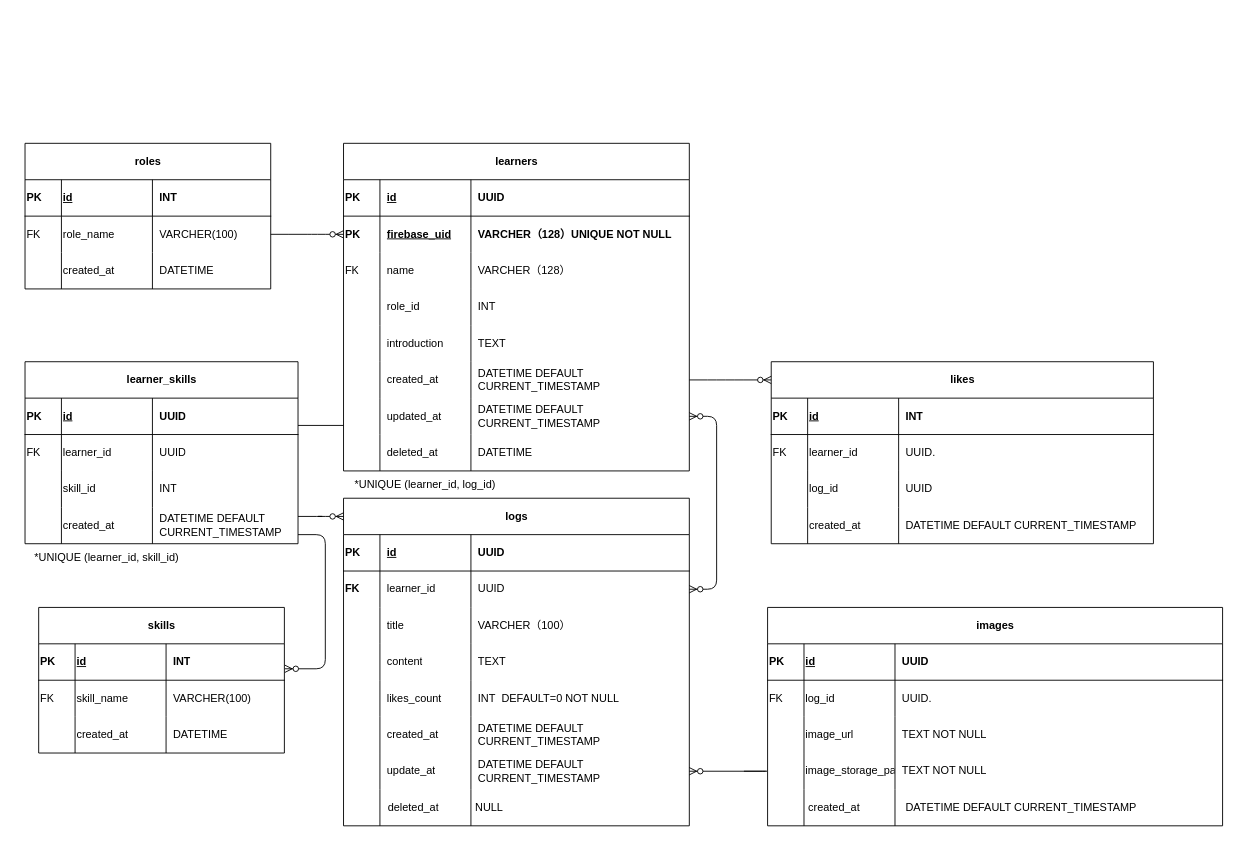
ERIKOABE-hub/Logddy keeps this draw.io diagram as docs/.drawio. Above is the earlier version. Source tidied: cells renumbered, new cells numbered last; positions are measured from the earlier drawing's top-left corner, leaving out a move shared by most shapes. Both pictures are drawn from the tidied source at 91%, with x=0, y=0 at pixel (15, 15).
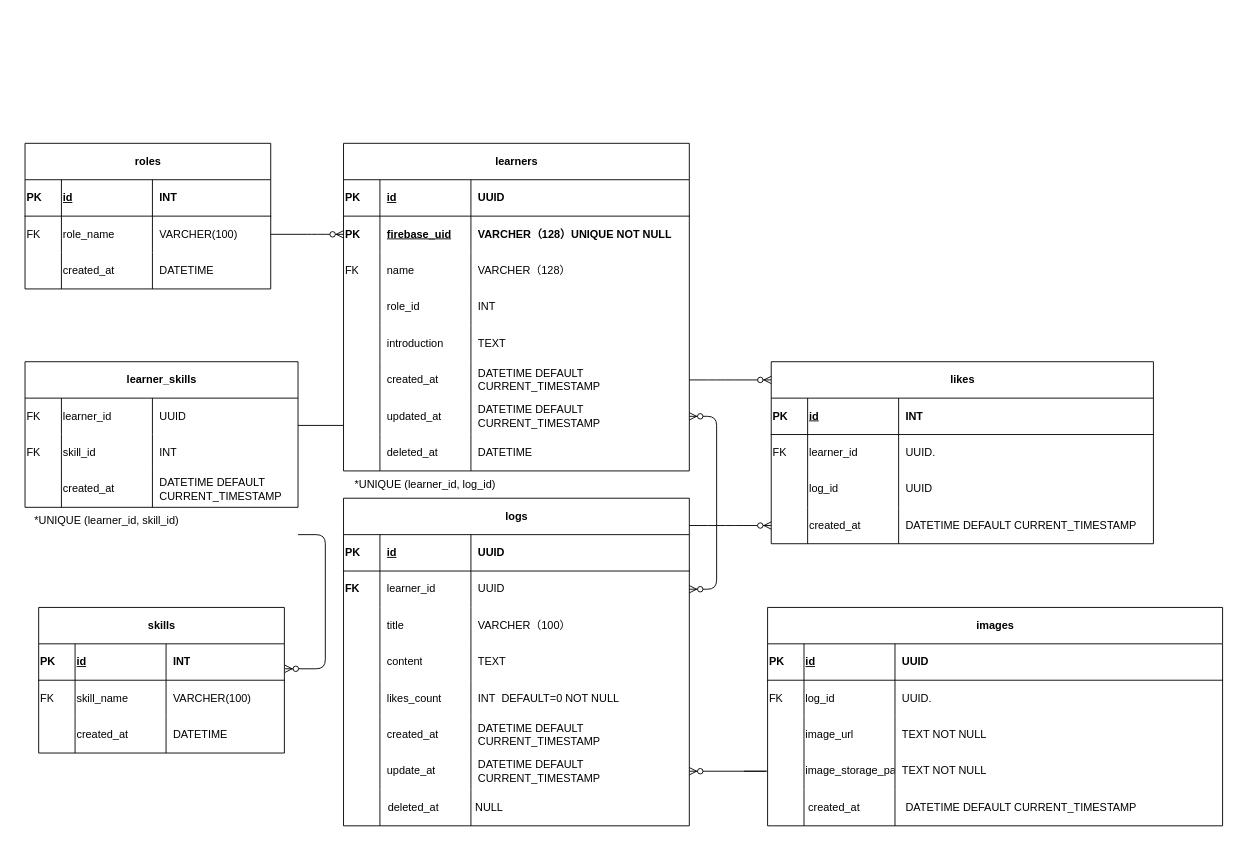
The same diagram, later.

Commit message:
fix: テーブル修正

The edit, as a diff of the source:
```diff
@@
-    <mxCell id="124" style="edgeStyle=entityRelationEdgeStyle;fontSize=12;html=1;endArrow=ERzeroToMany;endFill=1;" parent="1" edge="1">
-      <mxGeometry relative="1" as="geometry">
-        <mxPoint x="310" y="550" as="sourcePoint" />
-        <mxPoint x="360" y="550" as="targetPoint" />
-        <Array as="points">
-          <mxPoint x="390" y="550" />
-          <mxPoint x="350" y="570.6" />
-          <mxPoint x="380" y="580.6" />
-          <mxPoint x="340" y="560.6" />
-          <mxPoint x="390" y="570" />
-          <mxPoint x="430" y="590" />
-        </Array>
-      </mxGeometry>
-    </mxCell>
@@
     <mxCell id="126" value="learner_skills" style="shape=table;startSize=40;childLayout=tableLayout;rowLines=0;fontStyle=1;align=center;html=1;strokeColor=default;fontColor=#000000;fontFamily=Helvetica;" parent="1" vertex="1">
-      <mxGeometry x="10" y="380" width="300" height="200" as="geometry" />
+      <mxGeometry x="10" y="380" width="300" height="160" as="geometry" />
     </mxCell>
-    <mxCell id="127" style="shape=tableRow;horizontal=0;startSize=0;swimlaneHead=0;swimlaneBody=0;fillColor=none;top=0;left=0;right=0;bottom=1;fontColor=#000000;fontFamily=Helvetica;align=left;" parent="126" vertex="1">
-      <mxGeometry y="40" width="300" height="40" as="geometry" />
-    </mxCell>
-    <mxCell id="128" value="PK" style="shape=partialRectangle;fillColor=none;top=0;left=0;bottom=0;right=0;fontStyle=1;overflow=hidden;whiteSpace=wrap;html=1;align=left;fontColor=#000000;fontFamily=Helvetica;" parent="127" vertex="1">
-      <mxGeometry width="40" height="40" as="geometry" />
-    </mxCell>
-    <mxCell id="129" value="&lt;u&gt;id&lt;/u&gt;" style="shape=partialRectangle;fillColor=none;top=0;left=0;bottom=0;right=0;fontStyle=1;overflow=hidden;whiteSpace=wrap;html=1;align=left;fontColor=#000000;fontFamily=Helvetica;" parent="127" vertex="1">
-      <mxGeometry x="40" width="100" height="40" as="geometry" />
-    </mxCell>
-    <mxCell id="130" value="UUID" style="shape=partialRectangle;fillColor=none;top=0;left=0;bottom=0;right=0;align=left;spacingLeft=6;fontStyle=1;overflow=hidden;whiteSpace=wrap;html=1;fontColor=#000000;fontFamily=Helvetica;" parent="127" vertex="1">
-      <mxGeometry x="140" width="160" height="40" as="geometry" />
-    </mxCell>
     <mxCell id="131" style="shape=tableRow;horizontal=0;startSize=0;swimlaneHead=0;swimlaneBody=0;fillColor=none;top=0;left=0;right=0;bottom=0;fontColor=#000000;fontFamily=Helvetica;align=left;" parent="126" vertex="1">
-      <mxGeometry y="80" width="300" height="40" as="geometry" />
+      <mxGeometry y="40" width="300" height="40" as="geometry" />
     </mxCell>
@@
     <mxCell id="135" style="shape=tableRow;horizontal=0;startSize=0;swimlaneHead=0;swimlaneBody=0;fillColor=none;top=0;left=0;right=0;bottom=0;fontColor=#000000;fontFamily=Helvetica;align=left;" parent="126" vertex="1">
-      <mxGeometry y="120" width="300" height="40" as="geometry" />
+      <mxGeometry y="80" width="300" height="40" as="geometry" />
     </mxCell>
-    <mxCell id="136" style="shape=partialRectangle;fillColor=none;top=0;left=0;bottom=0;right=0;overflow=hidden;whiteSpace=wrap;html=1;align=left;fontColor=#000000;fontFamily=Helvetica;" parent="135" vertex="1">
+    <mxCell id="136" value="FK" style="shape=partialRectangle;fillColor=none;top=0;left=0;bottom=0;right=0;overflow=hidden;whiteSpace=wrap;html=1;align=left;fontColor=#000000;fontFamily=Helvetica;" parent="135" vertex="1">
       <mxGeometry width="40" height="40" as="geometry" />
     </mxCell>
@@
     <mxCell id="139" style="shape=tableRow;horizontal=0;startSize=0;swimlaneHead=0;swimlaneBody=0;fillColor=none;top=0;left=0;right=0;bottom=0;fontColor=#000000;fontFamily=Helvetica;align=left;" parent="126" vertex="1">
-      <mxGeometry y="160" width="300" height="40" as="geometry" />
+      <mxGeometry y="120" width="300" height="40" as="geometry" />
     </mxCell>
@@
     <mxCell id="145" value="*UNIQUE (learner_id, skill_id)" style="text;html=1;align=center;verticalAlign=middle;whiteSpace=wrap;rounded=0;" parent="1" vertex="1">
-      <mxGeometry y="580" width="200" height="30" as="geometry" />
+      <mxGeometry y="540" width="200" height="30" as="geometry" />
     </mxCell>
@@
+    <mxCell id="161" style="edgeStyle=entityRelationEdgeStyle;fontSize=12;html=1;endArrow=ERzeroToMany;endFill=1;entryX=1;entryY=0.5;entryDx=0;entryDy=0;exitX=1;exitY=0.5;exitDx=0;exitDy=0;" parent="1" edge="1">
+      <mxGeometry relative="1" as="geometry">
+        <mxPoint x="740" y="560" as="sourcePoint" />
+        <mxPoint x="830" y="560" as="targetPoint" />
+        <Array as="points">
+          <mxPoint x="1490" y="820" />
+          <mxPoint x="1040" y="760" />
+        </Array>
+      </mxGeometry>
+    </mxCell>
```
